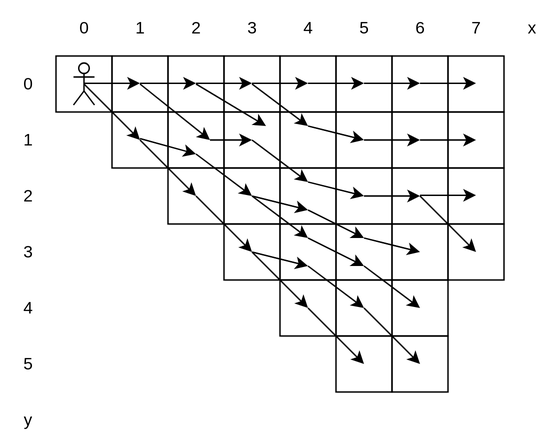
Earlier version of the draw.io export docs/fov.svg (talamus/python-2d-fov-poc). Source tidied: cells renumbered, new cells last; positions are measured from the earlier drawing's top-left corner, leaving out a move shared by most shapes. Source of this version:
```xml
<mxGraphModel>
  <root>
    <mxCell id="0" />
    <mxCell id="1" parent="0" />
    <mxCell id="2" style="shape=umlActor;verticalLabelPosition=bottom;verticalAlign=top;html=1;labelPerimeter=1;" parent="1" vertex="1">
      <mxGeometry x="52.5" y="45" width="15" height="30" as="geometry" />
    </mxCell>
    <mxCell id="3" style="whiteSpace=wrap;html=1;fillColor=none;" parent="1" vertex="1">
      <mxGeometry x="40" y="40" width="40" height="40" as="geometry" />
    </mxCell>
    <mxCell id="4" style="whiteSpace=wrap;html=1;fillColor=none;" parent="1" vertex="1">
      <mxGeometry x="80" y="40" width="40" height="40" as="geometry" />
    </mxCell>
    <mxCell id="5" style="whiteSpace=wrap;html=1;fillColor=none;" parent="1" vertex="1">
      <mxGeometry x="120" y="40" width="40" height="40" as="geometry" />
    </mxCell>
    <mxCell id="6" style="whiteSpace=wrap;html=1;fillColor=none;" parent="1" vertex="1">
      <mxGeometry x="160" y="40" width="40" height="40" as="geometry" />
    </mxCell>
    <mxCell id="7" style="whiteSpace=wrap;html=1;fillColor=none;" parent="1" vertex="1">
      <mxGeometry x="200" y="40" width="40" height="40" as="geometry" />
    </mxCell>
    <mxCell id="8" style="whiteSpace=wrap;html=1;fillColor=none;" parent="1" vertex="1">
      <mxGeometry x="280" y="40" width="40" height="40" as="geometry" />
    </mxCell>
    <mxCell id="9" style="whiteSpace=wrap;html=1;fillColor=none;" parent="1" vertex="1">
      <mxGeometry x="240" y="40" width="40" height="40" as="geometry" />
    </mxCell>
    <mxCell id="10" style="whiteSpace=wrap;html=1;fillColor=none;" parent="1" vertex="1">
      <mxGeometry x="320" y="40" width="40" height="40" as="geometry" />
    </mxCell>
    <mxCell id="11" style="whiteSpace=wrap;html=1;fillColor=none;" parent="1" vertex="1">
      <mxGeometry x="80" y="80" width="40" height="40" as="geometry" />
    </mxCell>
    <mxCell id="12" style="whiteSpace=wrap;html=1;fillColor=none;fillStyle=dots;" parent="1" vertex="1">
      <mxGeometry x="120" y="120" width="40" height="40" as="geometry" />
    </mxCell>
    <mxCell id="13" style="whiteSpace=wrap;html=1;fillColor=none;" parent="1" vertex="1">
      <mxGeometry x="200" y="200" width="40" height="40" as="geometry" />
    </mxCell>
    <mxCell id="14" style="whiteSpace=wrap;html=1;fillColor=none;" parent="1" vertex="1">
      <mxGeometry x="160" y="160" width="40" height="40" as="geometry" />
    </mxCell>
    <mxCell id="15" style="whiteSpace=wrap;html=1;fillColor=none;" parent="1" vertex="1">
      <mxGeometry x="240" y="240" width="40" height="40" as="geometry" />
    </mxCell>
    <mxCell id="16" style="whiteSpace=wrap;html=1;fillColor=none;" parent="1" vertex="1">
      <mxGeometry x="120" y="80" width="40" height="40" as="geometry" />
    </mxCell>
    <mxCell id="17" style="whiteSpace=wrap;html=1;fillColor=none;" parent="1" vertex="1">
      <mxGeometry x="160" y="80" width="40" height="40" as="geometry" />
    </mxCell>
    <mxCell id="18" style="whiteSpace=wrap;html=1;fillColor=none;" parent="1" vertex="1">
      <mxGeometry x="320" y="80" width="40" height="40" as="geometry" />
    </mxCell>
    <mxCell id="19" style="whiteSpace=wrap;html=1;fillColor=none;" parent="1" vertex="1">
      <mxGeometry x="280" y="240" width="40" height="40" as="geometry" />
    </mxCell>
    <mxCell id="20" style="whiteSpace=wrap;html=1;fillColor=none;" parent="1" vertex="1">
      <mxGeometry x="280" y="200" width="40" height="40" as="geometry" />
    </mxCell>
    <mxCell id="21" style="whiteSpace=wrap;html=1;fillColor=none;" parent="1" vertex="1">
      <mxGeometry x="320" y="120" width="40" height="40" as="geometry" />
    </mxCell>
    <mxCell id="22" style="whiteSpace=wrap;html=1;fillColor=none;" parent="1" vertex="1">
      <mxGeometry x="320" y="160" width="40" height="40" as="geometry" />
    </mxCell>
    <mxCell id="23" style="whiteSpace=wrap;html=1;fillColor=none;" parent="1" vertex="1">
      <mxGeometry x="240" y="200" width="40" height="40" as="geometry" />
    </mxCell>
    <mxCell id="24" style="whiteSpace=wrap;html=1;fillColor=none;" parent="1" vertex="1">
      <mxGeometry x="200" y="160" width="40" height="40" as="geometry" />
    </mxCell>
    <mxCell id="25" style="whiteSpace=wrap;html=1;fillColor=none;" parent="1" vertex="1">
      <mxGeometry x="240" y="160" width="40" height="40" as="geometry" />
    </mxCell>
    <mxCell id="26" style="whiteSpace=wrap;html=1;fillColor=none;" parent="1" vertex="1">
      <mxGeometry x="280" y="160" width="40" height="40" as="geometry" />
    </mxCell>
    <mxCell id="27" style="whiteSpace=wrap;html=1;fillColor=none;" parent="1" vertex="1">
      <mxGeometry x="160" y="120" width="40" height="40" as="geometry" />
    </mxCell>
    <mxCell id="28" style="whiteSpace=wrap;html=1;fillColor=none;" parent="1" vertex="1">
      <mxGeometry x="200" y="120" width="40" height="40" as="geometry" />
    </mxCell>
    <mxCell id="29" style="whiteSpace=wrap;html=1;fillColor=none;" parent="1" vertex="1">
      <mxGeometry x="200" y="80" width="40" height="40" as="geometry" />
    </mxCell>
    <mxCell id="30" style="whiteSpace=wrap;html=1;fillColor=none;" parent="1" vertex="1">
      <mxGeometry x="240" y="80" width="40" height="40" as="geometry" />
    </mxCell>
    <mxCell id="31" style="whiteSpace=wrap;html=1;fillColor=none;" parent="1" vertex="1">
      <mxGeometry x="240" y="120" width="40" height="40" as="geometry" />
    </mxCell>
    <mxCell id="32" style="whiteSpace=wrap;html=1;fillColor=none;" parent="1" vertex="1">
      <mxGeometry x="280" y="80" width="40" height="40" as="geometry" />
    </mxCell>
    <mxCell id="33" style="whiteSpace=wrap;html=1;fillColor=none;" parent="1" vertex="1">
      <mxGeometry x="280" y="120" width="40" height="40" as="geometry" />
    </mxCell>
    <mxCell id="34" style="endArrow=classic;html=1;rounded=0;defaultLabelBackgroundColor=page;" parent="1" edge="1">
      <mxGeometry relative="1" as="geometry">
        <mxPoint x="60" y="59.5" as="sourcePoint" />
        <mxPoint x="100" y="59.5" as="targetPoint" />
      </mxGeometry>
    </mxCell>
    <mxCell id="35" style="endArrow=classic;html=1;rounded=0;defaultLabelBackgroundColor=page;" parent="1" edge="1">
      <mxGeometry relative="1" as="geometry">
        <mxPoint x="60" y="60" as="sourcePoint" />
        <mxPoint x="100" y="100" as="targetPoint" />
      </mxGeometry>
    </mxCell>
    <mxCell id="36" style="endArrow=classic;html=1;rounded=0;defaultLabelBackgroundColor=page;" parent="1" edge="1">
      <mxGeometry relative="1" as="geometry">
        <mxPoint x="100" y="59.5" as="sourcePoint" />
        <mxPoint x="140" y="59.5" as="targetPoint" />
      </mxGeometry>
    </mxCell>
    <mxCell id="37" style="endArrow=classic;html=1;rounded=0;defaultLabelBackgroundColor=page;" parent="1" edge="1">
      <mxGeometry relative="1" as="geometry">
        <mxPoint x="140" y="59.5" as="sourcePoint" />
        <mxPoint x="180" y="59.5" as="targetPoint" />
      </mxGeometry>
    </mxCell>
    <mxCell id="38" style="endArrow=classic;html=1;rounded=0;defaultLabelBackgroundColor=page;" parent="1" edge="1">
      <mxGeometry relative="1" as="geometry">
        <mxPoint x="100" y="100" as="sourcePoint" />
        <mxPoint x="140" y="140" as="targetPoint" />
      </mxGeometry>
    </mxCell>
    <mxCell id="39" style="endArrow=classic;html=1;rounded=0;defaultLabelBackgroundColor=page;" parent="1" edge="1">
      <mxGeometry relative="1" as="geometry">
        <mxPoint x="140" y="140" as="sourcePoint" />
        <mxPoint x="180" y="180" as="targetPoint" />
      </mxGeometry>
    </mxCell>
    <mxCell id="40" style="endArrow=classic;html=1;rounded=0;defaultLabelBackgroundColor=page;" parent="1" edge="1">
      <mxGeometry relative="1" as="geometry">
        <mxPoint x="180" y="180" as="sourcePoint" />
        <mxPoint x="220" y="220" as="targetPoint" />
      </mxGeometry>
    </mxCell>
    <mxCell id="41" style="endArrow=classic;html=1;rounded=0;defaultLabelBackgroundColor=page;" parent="1" edge="1">
      <mxGeometry relative="1" as="geometry">
        <mxPoint x="220" y="220" as="sourcePoint" />
        <mxPoint x="260" y="260" as="targetPoint" />
      </mxGeometry>
    </mxCell>
    <mxCell id="42" style="endArrow=classic;html=1;rounded=0;defaultLabelBackgroundColor=page;" parent="1" edge="1">
      <mxGeometry relative="1" as="geometry">
        <mxPoint x="180" y="59.5" as="sourcePoint" />
        <mxPoint x="220" y="59.5" as="targetPoint" />
      </mxGeometry>
    </mxCell>
    <mxCell id="43" style="endArrow=classic;html=1;rounded=0;defaultLabelBackgroundColor=page;" parent="1" edge="1">
      <mxGeometry relative="1" as="geometry">
        <mxPoint x="220" y="59.5" as="sourcePoint" />
        <mxPoint x="260" y="59.5" as="targetPoint" />
      </mxGeometry>
    </mxCell>
    <mxCell id="44" style="endArrow=classic;html=1;rounded=0;defaultLabelBackgroundColor=page;" parent="1" edge="1">
      <mxGeometry relative="1" as="geometry">
        <mxPoint x="300" y="59.5" as="sourcePoint" />
        <mxPoint x="340" y="59.5" as="targetPoint" />
      </mxGeometry>
    </mxCell>
    <mxCell id="45" style="endArrow=classic;html=1;rounded=0;defaultLabelBackgroundColor=page;" parent="1" edge="1">
      <mxGeometry relative="1" as="geometry">
        <mxPoint x="100" y="60" as="sourcePoint" />
        <mxPoint x="150" y="100" as="targetPoint" />
      </mxGeometry>
    </mxCell>
    <mxCell id="46" style="endArrow=classic;html=1;rounded=0;defaultLabelBackgroundColor=page;" parent="1" edge="1">
      <mxGeometry relative="1" as="geometry">
        <mxPoint x="100" y="99" as="sourcePoint" />
        <mxPoint x="140" y="110" as="targetPoint" />
      </mxGeometry>
    </mxCell>
    <mxCell id="47" style="endArrow=classic;html=1;rounded=0;defaultLabelBackgroundColor=page;" parent="1" edge="1">
      <mxGeometry relative="1" as="geometry">
        <mxPoint x="300" y="100" as="sourcePoint" />
        <mxPoint x="340" y="100" as="targetPoint" />
      </mxGeometry>
    </mxCell>
    <mxCell id="48" style="endArrow=classic;html=1;rounded=0;defaultLabelBackgroundColor=page;" parent="1" edge="1">
      <mxGeometry relative="1" as="geometry">
        <mxPoint x="260" y="100" as="sourcePoint" />
        <mxPoint x="300" y="100" as="targetPoint" />
      </mxGeometry>
    </mxCell>
    <mxCell id="49" style="endArrow=classic;html=1;rounded=0;defaultLabelBackgroundColor=page;" parent="1" edge="1">
      <mxGeometry relative="1" as="geometry">
        <mxPoint x="220" y="90" as="sourcePoint" />
        <mxPoint x="260" y="100" as="targetPoint" />
      </mxGeometry>
    </mxCell>
    <mxCell id="50" style="endArrow=classic;html=1;rounded=0;defaultLabelBackgroundColor=page;" parent="1" edge="1">
      <mxGeometry relative="1" as="geometry">
        <mxPoint x="260" y="59.5" as="sourcePoint" />
        <mxPoint x="300" y="59.5" as="targetPoint" />
      </mxGeometry>
    </mxCell>
    <mxCell id="51" style="endArrow=classic;html=1;rounded=0;defaultLabelBackgroundColor=page;" parent="1" edge="1">
      <mxGeometry relative="1" as="geometry">
        <mxPoint x="150" y="100" as="sourcePoint" />
        <mxPoint x="180" y="100" as="targetPoint" />
      </mxGeometry>
    </mxCell>
    <mxCell id="52" style="endArrow=classic;html=1;rounded=0;defaultLabelBackgroundColor=page;" parent="1" edge="1">
      <mxGeometry relative="1" as="geometry">
        <mxPoint x="140" y="110" as="sourcePoint" />
        <mxPoint x="180" y="140" as="targetPoint" />
      </mxGeometry>
    </mxCell>
    <mxCell id="53" style="endArrow=classic;html=1;rounded=0;defaultLabelBackgroundColor=page;" parent="1" edge="1">
      <mxGeometry relative="1" as="geometry">
        <mxPoint x="300" y="139.5" as="sourcePoint" />
        <mxPoint x="340" y="139.5" as="targetPoint" />
      </mxGeometry>
    </mxCell>
    <mxCell id="54" style="endArrow=classic;html=1;rounded=0;defaultLabelBackgroundColor=page;" parent="1" edge="1">
      <mxGeometry relative="1" as="geometry">
        <mxPoint x="180" y="100" as="sourcePoint" />
        <mxPoint x="220" y="130" as="targetPoint" />
      </mxGeometry>
    </mxCell>
    <mxCell id="55" style="endArrow=classic;html=1;rounded=0;defaultLabelBackgroundColor=page;" parent="1" edge="1">
      <mxGeometry relative="1" as="geometry">
        <mxPoint x="180" y="140" as="sourcePoint" />
        <mxPoint x="220" y="150" as="targetPoint" />
      </mxGeometry>
    </mxCell>
    <mxCell id="56" style="endArrow=classic;html=1;rounded=0;defaultLabelBackgroundColor=page;" parent="1" edge="1">
      <mxGeometry relative="1" as="geometry">
        <mxPoint x="220" y="150" as="sourcePoint" />
        <mxPoint x="260" y="170" as="targetPoint" />
      </mxGeometry>
    </mxCell>
    <mxCell id="57" style="endArrow=classic;html=1;rounded=0;defaultLabelBackgroundColor=page;" parent="1" edge="1">
      <mxGeometry relative="1" as="geometry">
        <mxPoint x="260" y="170" as="sourcePoint" />
        <mxPoint x="300" y="180" as="targetPoint" />
      </mxGeometry>
    </mxCell>
    <mxCell id="58" style="endArrow=classic;html=1;rounded=0;defaultLabelBackgroundColor=page;" parent="1" edge="1">
      <mxGeometry relative="1" as="geometry">
        <mxPoint x="300" y="140" as="sourcePoint" />
        <mxPoint x="340" y="180" as="targetPoint" />
      </mxGeometry>
    </mxCell>
    <mxCell id="59" style="endArrow=classic;html=1;rounded=0;defaultLabelBackgroundColor=page;" parent="1" edge="1">
      <mxGeometry relative="1" as="geometry">
        <mxPoint x="180" y="140" as="sourcePoint" />
        <mxPoint x="220" y="170" as="targetPoint" />
      </mxGeometry>
    </mxCell>
    <mxCell id="60" style="endArrow=classic;html=1;rounded=0;defaultLabelBackgroundColor=page;" parent="1" edge="1">
      <mxGeometry relative="1" as="geometry">
        <mxPoint x="220" y="130" as="sourcePoint" />
        <mxPoint x="260" y="140" as="targetPoint" />
      </mxGeometry>
    </mxCell>
    <mxCell id="61" style="endArrow=classic;html=1;rounded=0;defaultLabelBackgroundColor=page;" parent="1" edge="1">
      <mxGeometry relative="1" as="geometry">
        <mxPoint x="260" y="140" as="sourcePoint" />
        <mxPoint x="300" y="140" as="targetPoint" />
      </mxGeometry>
    </mxCell>
    <mxCell id="62" style="endArrow=classic;html=1;rounded=0;defaultLabelBackgroundColor=page;" parent="1" edge="1">
      <mxGeometry relative="1" as="geometry">
        <mxPoint x="180" y="60" as="sourcePoint" />
        <mxPoint x="220" y="90" as="targetPoint" />
      </mxGeometry>
    </mxCell>
    <mxCell id="63" style="endArrow=classic;html=1;rounded=0;defaultLabelBackgroundColor=page;" parent="1" edge="1">
      <mxGeometry relative="1" as="geometry">
        <mxPoint x="180" y="180" as="sourcePoint" />
        <mxPoint x="220" y="190" as="targetPoint" />
      </mxGeometry>
    </mxCell>
    <mxCell id="64" style="endArrow=classic;html=1;rounded=0;defaultLabelBackgroundColor=page;" parent="1" edge="1">
      <mxGeometry relative="1" as="geometry">
        <mxPoint x="220" y="190" as="sourcePoint" />
        <mxPoint x="260" y="220" as="targetPoint" />
      </mxGeometry>
    </mxCell>
    <mxCell id="65" style="endArrow=classic;html=1;rounded=0;defaultLabelBackgroundColor=page;" parent="1" edge="1">
      <mxGeometry relative="1" as="geometry">
        <mxPoint x="260" y="220" as="sourcePoint" />
        <mxPoint x="300" y="260" as="targetPoint" />
      </mxGeometry>
    </mxCell>
    <mxCell id="66" style="endArrow=classic;html=1;rounded=0;defaultLabelBackgroundColor=page;" parent="1" edge="1">
      <mxGeometry relative="1" as="geometry">
        <mxPoint x="220" y="170" as="sourcePoint" />
        <mxPoint x="260" y="190" as="targetPoint" />
      </mxGeometry>
    </mxCell>
    <mxCell id="67" style="endArrow=classic;html=1;rounded=0;defaultLabelBackgroundColor=page;" parent="1" edge="1">
      <mxGeometry relative="1" as="geometry">
        <mxPoint x="260" y="190" as="sourcePoint" />
        <mxPoint x="300" y="220" as="targetPoint" />
      </mxGeometry>
    </mxCell>
    <mxCell id="68" value="0" style="text;html=1;whiteSpace=wrap;strokeColor=none;fillColor=none;align=center;verticalAlign=middle;rounded=0;" parent="1" vertex="1">
      <mxGeometry x="40" width="40" height="40" as="geometry" />
    </mxCell>
    <mxCell id="69" value="1" style="text;html=1;whiteSpace=wrap;strokeColor=none;fillColor=none;align=center;verticalAlign=middle;rounded=0;" parent="1" vertex="1">
      <mxGeometry x="80" width="40" height="40" as="geometry" />
    </mxCell>
    <mxCell id="70" value="2" style="text;html=1;whiteSpace=wrap;strokeColor=none;fillColor=none;align=center;verticalAlign=middle;rounded=0;" parent="1" vertex="1">
      <mxGeometry x="120" width="40" height="40" as="geometry" />
    </mxCell>
    <mxCell id="71" value="3" style="text;html=1;whiteSpace=wrap;strokeColor=none;fillColor=none;align=center;verticalAlign=middle;rounded=0;" parent="1" vertex="1">
      <mxGeometry x="160" width="40" height="40" as="geometry" />
    </mxCell>
    <mxCell id="72" value="4" style="text;html=1;whiteSpace=wrap;strokeColor=none;fillColor=none;align=center;verticalAlign=middle;rounded=0;" parent="1" vertex="1">
      <mxGeometry x="200" width="40" height="40" as="geometry" />
    </mxCell>
    <mxCell id="73" value="5" style="text;html=1;whiteSpace=wrap;strokeColor=none;fillColor=none;align=center;verticalAlign=middle;rounded=0;" parent="1" vertex="1">
      <mxGeometry x="240" width="40" height="40" as="geometry" />
    </mxCell>
    <mxCell id="74" value="6" style="text;html=1;whiteSpace=wrap;strokeColor=none;fillColor=none;align=center;verticalAlign=middle;rounded=0;" parent="1" vertex="1">
      <mxGeometry x="280" width="40" height="40" as="geometry" />
    </mxCell>
    <mxCell id="75" value="7" style="text;html=1;whiteSpace=wrap;strokeColor=none;fillColor=none;align=center;verticalAlign=middle;rounded=0;" parent="1" vertex="1">
      <mxGeometry x="320" width="40" height="40" as="geometry" />
    </mxCell>
    <mxCell id="76" value="0" style="text;html=1;whiteSpace=wrap;strokeColor=none;fillColor=none;align=center;verticalAlign=middle;rounded=0;" parent="1" vertex="1">
      <mxGeometry y="40" width="40" height="40" as="geometry" />
    </mxCell>
    <mxCell id="77" value="1" style="text;html=1;whiteSpace=wrap;strokeColor=none;fillColor=none;align=center;verticalAlign=middle;rounded=0;" parent="1" vertex="1">
      <mxGeometry y="80" width="40" height="40" as="geometry" />
    </mxCell>
    <mxCell id="78" value="2" style="text;html=1;whiteSpace=wrap;strokeColor=none;fillColor=none;align=center;verticalAlign=middle;rounded=0;" parent="1" vertex="1">
      <mxGeometry y="120" width="40" height="40" as="geometry" />
    </mxCell>
    <mxCell id="79" value="3" style="text;html=1;whiteSpace=wrap;strokeColor=none;fillColor=none;align=center;verticalAlign=middle;rounded=0;" parent="1" vertex="1">
      <mxGeometry y="160" width="40" height="40" as="geometry" />
    </mxCell>
    <mxCell id="80" value="4" style="text;html=1;whiteSpace=wrap;strokeColor=none;fillColor=none;align=center;verticalAlign=middle;rounded=0;" parent="1" vertex="1">
      <mxGeometry y="200" width="40" height="40" as="geometry" />
    </mxCell>
    <mxCell id="81" value="5" style="text;html=1;whiteSpace=wrap;strokeColor=none;fillColor=none;align=center;verticalAlign=middle;rounded=0;" parent="1" vertex="1">
      <mxGeometry y="240" width="40" height="40" as="geometry" />
    </mxCell>
    <mxCell id="82" value="&lt;div&gt;x&lt;/div&gt;" style="text;html=1;whiteSpace=wrap;strokeColor=none;fillColor=none;align=center;verticalAlign=middle;rounded=0;" parent="1" vertex="1">
      <mxGeometry x="360" width="40" height="40" as="geometry" />
    </mxCell>
    <mxCell id="83" value="y" style="text;html=1;whiteSpace=wrap;strokeColor=none;fillColor=none;align=center;verticalAlign=middle;rounded=0;" parent="1" vertex="1">
      <mxGeometry y="280" width="40" height="40" as="geometry" />
    </mxCell>
    <mxCell id="84" style="endArrow=classic;html=1;rounded=0;defaultLabelBackgroundColor=page;" parent="1" edge="1">
      <mxGeometry relative="1" as="geometry">
        <mxPoint x="140" y="60" as="sourcePoint" />
        <mxPoint x="190" y="90" as="targetPoint" />
      </mxGeometry>
    </mxCell>
  </root>
</mxGraphModel>
```
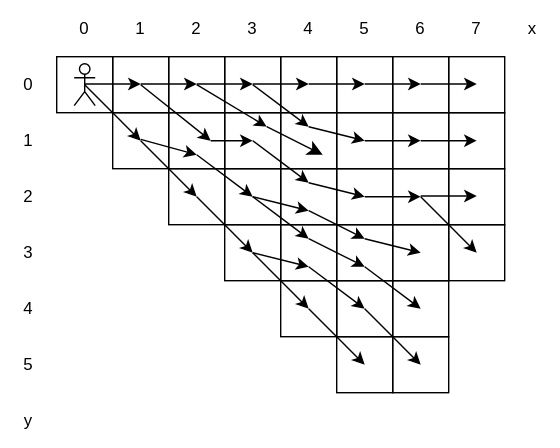
Above is the later version.

Diff of the diagram source:
```diff
@@ -356,5 +356,10 @@
         <mxPoint x="190" y="90" as="targetPoint" />
       </mxGeometry>
     </mxCell>
+    <mxCell id="85" style="endArrow=classic;html=1;rounded=0;fontSize=12;defaultLabelBackgroundColor=page;startSize=8;endSize=8;curved=1;entryX=0.75;entryY=0.75;entryDx=0;entryDy=0;entryPerimeter=0;" parent="1" edge="1" target="29">
+      <mxGeometry relative="1" as="geometry">
+        <mxPoint x="190" y="90" as="sourcePoint" />
+      </mxGeometry>
+    </mxCell>
   </root>
 </mxGraphModel>
```
